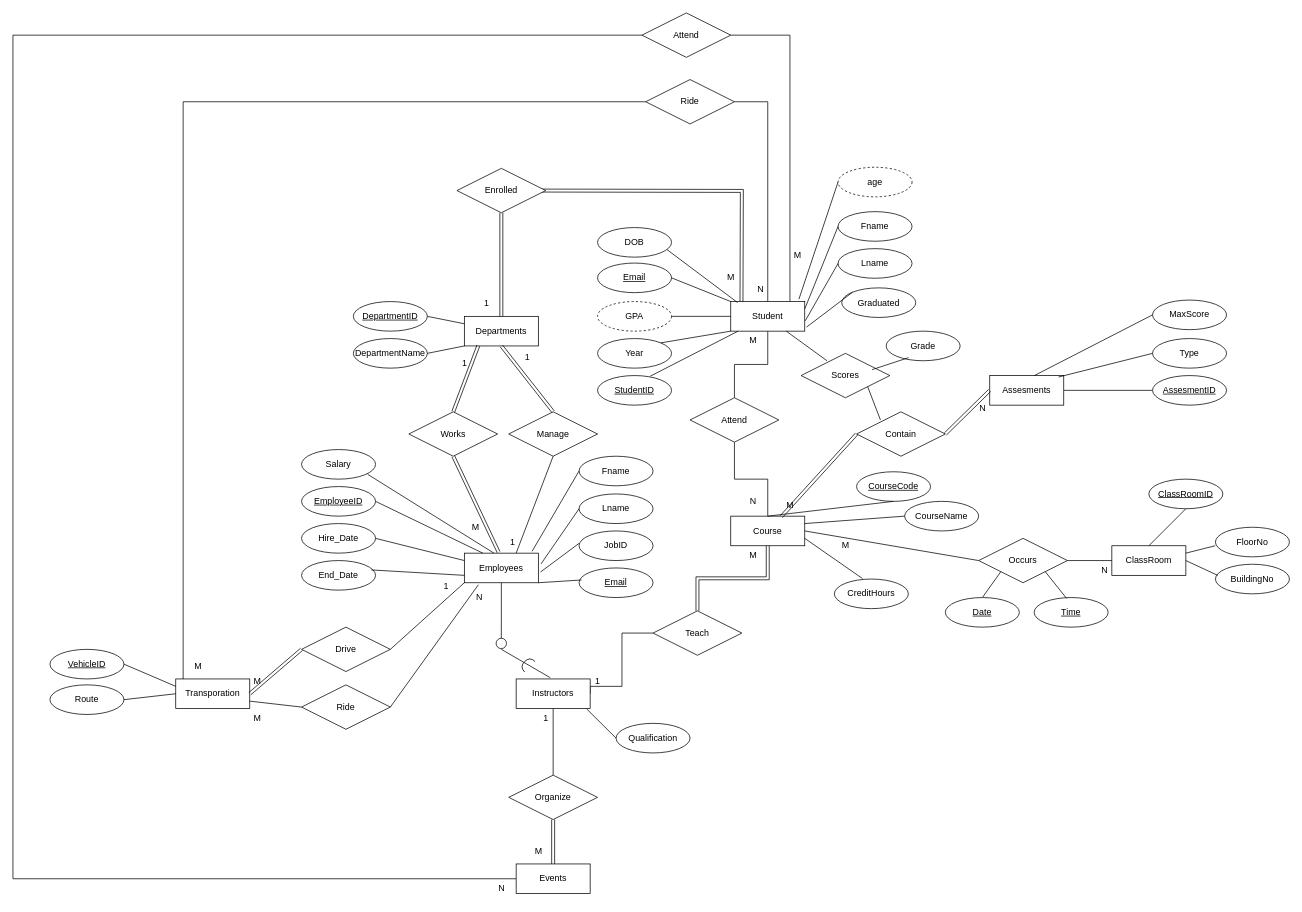
The draw.io diagram FacultyERD.drawio in seiffmohamedd/University_DBMS, before the edit. Source tidied: cells renumbered, new cells numbered last; positions are measured from the earlier drawing's top-left corner, leaving out a move shared by most shapes. Both pictures are drawn from the tidied source at 74%, with x=0, y=0 at pixel (13, 13).
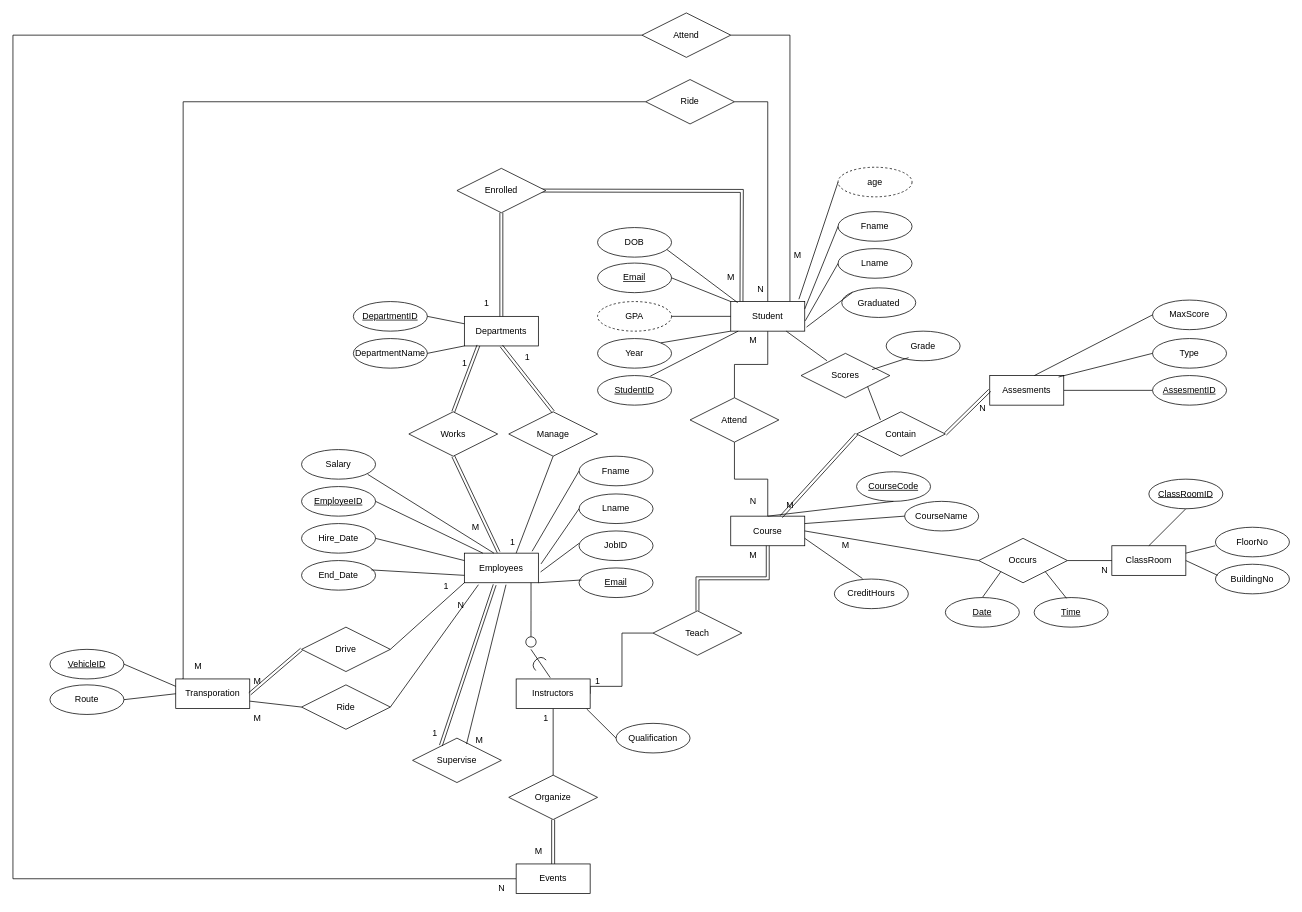
The same diagram, later.

Commit message (it also covers changes not shown here):
ERD Added Recursive Relation

The change refers to these unchanged cells:
```xml
<mxCell id="9" value="Employees" style="whiteSpace=wrap;html=1;align=center;" parent="1" vertex="1">
  <mxGeometry x="610" y="730" width="100" height="40" as="geometry" />
</mxCell>
<mxCell id="57" value="Instructors" style="whiteSpace=wrap;html=1;align=center;" parent="1" vertex="1">
  <mxGeometry x="680" y="900" width="100" height="40" as="geometry" />
</mxCell>
```

What changed in the source:
```diff
@@
-    <mxCell id="8" style="edgeStyle=orthogonalEdgeStyle;rounded=0;jettySize=auto;html=1;exitX=0.5;exitY=1;exitDx=0;exitDy=0;endArrow=circle;endFill=0;" parent="1" edge="1" source="9">
+    <mxCell id="8" style="edgeStyle=orthogonalEdgeStyle;rounded=0;orthogonalLoop=1;jettySize=auto;html=1;exitX=0.5;exitY=1;exitDx=0;exitDy=0;endArrow=circle;endFill=0;" parent="1" edge="1">
       <mxGeometry relative="1" as="geometry">
-        <mxPoint x="659.9" y="860" as="targetPoint" />
+        <mxPoint x="700.1" y="768" as="sourcePoint" />
+        <mxPoint x="700" y="858" as="targetPoint" />
+        <Array as="points">
+          <mxPoint x="700.1" y="808" />
+          <mxPoint x="700.1" y="808" />
+        </Array>
       </mxGeometry>
     </mxCell>
@@
     <mxCell id="58" style="endArrow=none;html=1;rounded=0;entryX=0.461;entryY=-0.043;entryDx=0;entryDy=0;entryPerimeter=0;" parent="1" edge="1" target="57">
       <mxGeometry relative="1" as="geometry">
-        <mxPoint x="660" y="860" as="sourcePoint" />
+        <mxPoint x="700" y="860" as="sourcePoint" />
       </mxGeometry>
     </mxCell>
@@
     <mxCell id="94" style="shape=requiredInterface;html=1;verticalLabelPosition=bottom;sketch=0;rotation=-135;" parent="1" vertex="1">
-      <mxGeometry x="690" y="870" width="10" height="20" as="geometry" />
+      <mxGeometry x="705" y="868" width="10" height="20" as="geometry" />
     </mxCell>
@@
     <mxCell id="130" value="N" style="text;html=1;align=center;verticalAlign=middle;strokeColor=none;fillColor=none;" parent="1" vertex="1">
-      <mxGeometry x="615" y="775" width="30" height="30" as="geometry" />
+      <mxGeometry x="590" y="785" width="30" height="30" as="geometry" />
     </mxCell>
@@
+    <mxCell id="145" value="Supervise" style="shape=rhombus;perimeter=rhombusPerimeter;whiteSpace=wrap;html=1;align=center;" parent="1" vertex="1">
+      <mxGeometry x="540" y="980" width="120" height="60" as="geometry" />
+    </mxCell>
+    <mxCell id="146" style="endArrow=none;html=1;rounded=0;exitX=0.319;exitY=0.167;exitDx=0;exitDy=0;exitPerimeter=0;entryX=0.41;entryY=1.067;entryDx=0;entryDy=0;entryPerimeter=0;shape=link;" parent="1" edge="1" source="145" target="9">
+      <mxGeometry relative="1" as="geometry" />
+    </mxCell>
+    <mxCell id="147" style="endArrow=none;html=1;rounded=0;exitX=0.608;exitY=0.133;exitDx=0;exitDy=0;exitPerimeter=0;entryX=0.563;entryY=1.067;entryDx=0;entryDy=0;entryPerimeter=0;" parent="1" edge="1" source="145" target="9">
+      <mxGeometry relative="1" as="geometry" />
+    </mxCell>
+    <mxCell id="148" value="1" style="text;html=1;align=center;verticalAlign=middle;strokeColor=none;fillColor=none;" parent="1" vertex="1">
+      <mxGeometry x="555" y="958" width="30" height="30" as="geometry" />
+    </mxCell>
+    <mxCell id="149" value="M" style="text;html=1;align=center;verticalAlign=middle;strokeColor=none;fillColor=none;" parent="1" vertex="1">
+      <mxGeometry x="615" y="968" width="30" height="30" as="geometry" />
+    </mxCell>
```
